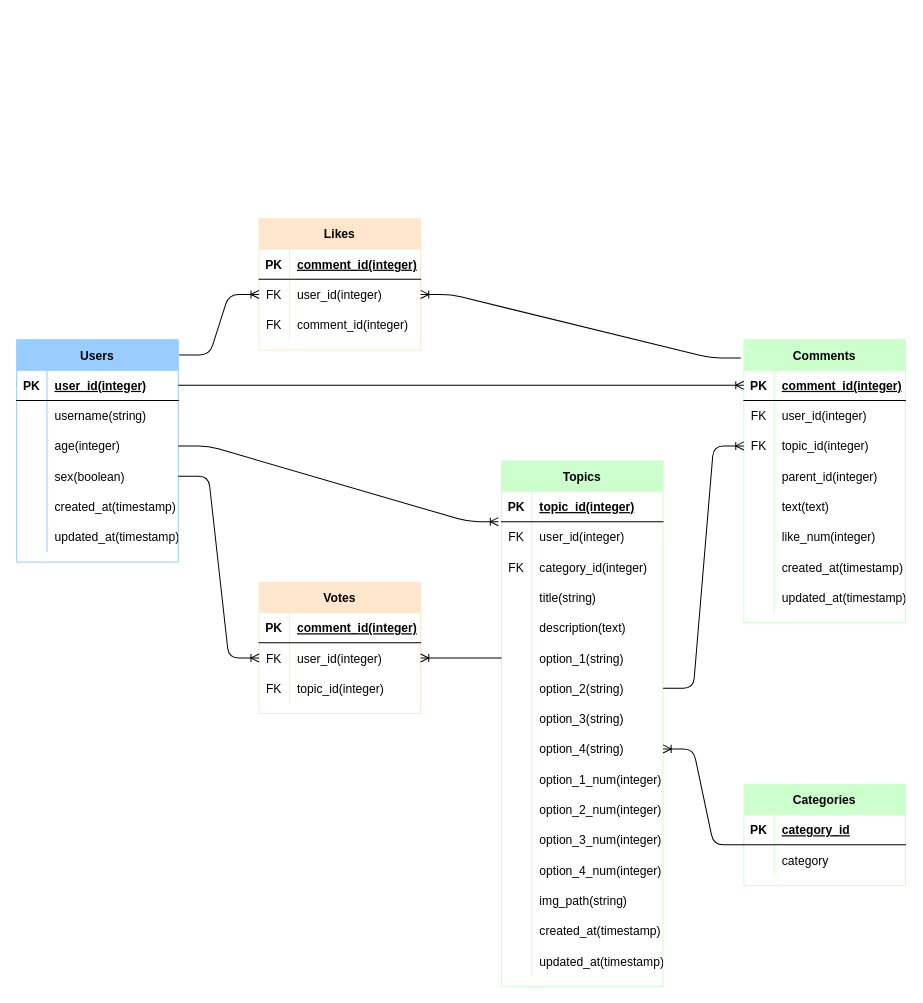
KamiHitoe/democratic-voting keeps this draw.io diagram as design/backend/ERD.drawio. Above is the earlier version. Source tidied: cells renumbered, new cells numbered last; positions are measured from the earlier drawing's top-left corner, leaving out a move shared by most shapes. Both pictures are drawn from the tidied source at 101%, with x=0, y=0 at pixel (16, 218).
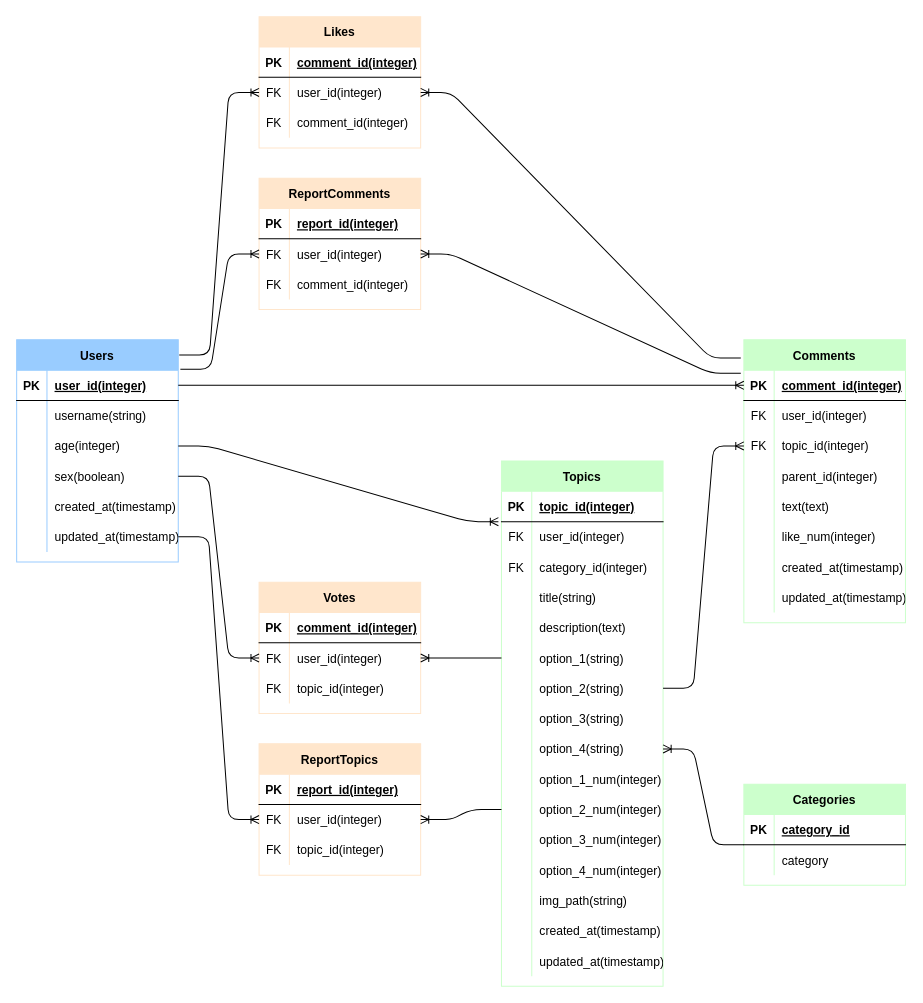
The same page after the edit.

The change refers to these unchanged cells:
```xml
<mxCell id="2" value="Users" style="shape=table;startSize=30;childLayout=tableLayout;rowLines=0;fontStyle=1;align=center;strokeColor=#99CCFF;fillColor=#99CCFF;fontColor=#000000;" parent="1" vertex="1">
  <mxGeometry y="120" width="160" height="220" as="geometry" />
</mxCell>
<mxCell id="18" style="shape=partialRectangle;fillColor=none;top=0;left=0;bottom=0;right=0;points=[[0,0.5],[1,0.5]];portConstraint=eastwest;" parent="2" vertex="1">
  <mxGeometry y="180" width="160" height="30" as="geometry" />
</mxCell>
<mxCell id="52" style="shape=partialRectangle;fillColor=none;top=0;left=0;bottom=0;right=0;points=[[0,0.5],[1,0.5]];portConstraint=eastwest;" parent="21" vertex="1">
  <mxGeometry y="330" width="160" height="30" as="geometry" />
</mxCell>
<mxCell id="70" value="Comments" style="shape=table;startSize=30;childLayout=tableLayout;rowLines=0;fontStyle=1;align=center;strokeColor=#CCFFCC;fillColor=#CCFFCC;fontColor=#000000;" parent="1" vertex="1">
  <mxGeometry x="720" y="120" width="160" height="280" as="geometry" />
</mxCell>
```

The edit, as a diff of the source:
```diff
@@
     <mxCell id="106" value="Likes" style="shape=table;startSize=30;childLayout=tableLayout;rowLines=0;fontStyle=1;align=center;strokeColor=#FFE6CC;fillColor=#FFE6CC;fontColor=#000000;" parent="1" vertex="1">
-      <mxGeometry x="240" width="160" height="130" as="geometry" />
+      <mxGeometry x="240" y="-200" width="160" height="130" as="geometry" />
     </mxCell>
@@
+    <mxCell id="130" value="ReportComments" style="shape=table;startSize=30;childLayout=tableLayout;rowLines=0;fontStyle=1;align=center;strokeColor=#FFE6CC;fillColor=#FFE6CC;fontColor=#000000;" parent="1" vertex="1">
+      <mxGeometry x="240" y="-40" width="160" height="130" as="geometry" />
+    </mxCell>
+    <mxCell id="131" style="shape=partialRectangle;fillColor=none;top=0;left=0;bottom=1;right=0;" parent="130" vertex="1">
+      <mxGeometry y="30" width="160" height="30" as="geometry" />
+    </mxCell>
+    <mxCell id="132" value="PK" style="shape=partialRectangle;fillColor=none;top=0;left=0;bottom=0;right=0;fontStyle=1;overflow=hidden;" parent="131" vertex="1">
+      <mxGeometry width="30" height="30" as="geometry" />
+    </mxCell>
+    <mxCell id="133" value="report_id(integer)" style="shape=partialRectangle;fillColor=none;top=0;left=0;bottom=0;right=0;align=left;spacingLeft=6;fontStyle=5;overflow=hidden;" parent="131" vertex="1">
+      <mxGeometry x="30" width="130" height="30" as="geometry" />
+    </mxCell>
+    <mxCell id="134" style="shape=partialRectangle;fillColor=none;top=0;left=0;bottom=0;right=0;points=[[0,0.5],[1,0.5]];portConstraint=eastwest;" parent="130" vertex="1">
+      <mxGeometry y="60" width="160" height="30" as="geometry" />
+    </mxCell>
+    <mxCell id="135" value="FK" style="shape=partialRectangle;fillColor=none;top=0;left=0;bottom=0;right=0;overflow=hidden;" parent="134" vertex="1">
+      <mxGeometry width="30" height="30" as="geometry" />
+    </mxCell>
+    <mxCell id="136" value="user_id(integer)" style="shape=partialRectangle;fillColor=none;top=0;left=0;bottom=0;right=0;align=left;spacingLeft=6;overflow=hidden;" parent="134" vertex="1">
+      <mxGeometry x="30" width="130" height="30" as="geometry" />
+    </mxCell>
+    <mxCell id="137" style="shape=partialRectangle;fillColor=none;top=0;left=0;bottom=0;right=0;" parent="130" vertex="1">
+      <mxGeometry y="90" width="160" height="30" as="geometry" />
+    </mxCell>
+    <mxCell id="138" value="FK" style="shape=partialRectangle;fillColor=none;top=0;left=0;bottom=0;right=0;overflow=hidden;" parent="137" vertex="1">
+      <mxGeometry width="30" height="30" as="geometry" />
+    </mxCell>
+    <mxCell id="139" value="comment_id(integer)" style="shape=partialRectangle;fillColor=none;top=0;left=0;bottom=0;right=0;align=left;spacingLeft=6;overflow=hidden;" parent="137" vertex="1">
+      <mxGeometry x="30" width="130" height="30" as="geometry" />
+    </mxCell>
+    <mxCell id="140" style="edgeStyle=entityRelationEdgeStyle;fontSize=12;html=1;endArrow=ERoneToMany;exitX=1.013;exitY=0.132;exitDx=0;exitDy=0;entryX=0;entryY=0.5;entryDx=0;entryDy=0;exitPerimeter=0;" parent="1" edge="1" source="2" target="134">
+      <mxGeometry relative="1" as="geometry" />
+    </mxCell>
+    <mxCell id="141" style="edgeStyle=entityRelationEdgeStyle;fontSize=12;html=1;endArrow=ERoneToMany;exitX=-0.019;exitY=0.118;exitDx=0;exitDy=0;entryX=1;entryY=0.5;entryDx=0;entryDy=0;exitPerimeter=0;" parent="1" edge="1" source="70" target="134">
+      <mxGeometry relative="1" as="geometry" />
+    </mxCell>
+    <mxCell id="142" value="ReportTopics" style="shape=table;startSize=30;childLayout=tableLayout;rowLines=0;fontStyle=1;align=center;strokeColor=#FFE6CC;fillColor=#FFE6CC;fontColor=#000000;" parent="1" vertex="1">
+      <mxGeometry x="240" y="520" width="160" height="130" as="geometry" />
+    </mxCell>
+    <mxCell id="143" style="shape=partialRectangle;fillColor=none;top=0;left=0;bottom=1;right=0;" parent="142" vertex="1">
+      <mxGeometry y="30" width="160" height="30" as="geometry" />
+    </mxCell>
+    <mxCell id="144" value="PK" style="shape=partialRectangle;fillColor=none;top=0;left=0;bottom=0;right=0;fontStyle=1;overflow=hidden;" parent="143" vertex="1">
+      <mxGeometry width="30" height="30" as="geometry" />
+    </mxCell>
+    <mxCell id="145" value="report_id(integer)" style="shape=partialRectangle;fillColor=none;top=0;left=0;bottom=0;right=0;align=left;spacingLeft=6;fontStyle=5;overflow=hidden;" parent="143" vertex="1">
+      <mxGeometry x="30" width="130" height="30" as="geometry" />
+    </mxCell>
+    <mxCell id="146" style="shape=partialRectangle;fillColor=none;top=0;left=0;bottom=0;right=0;points=[[0,0.5],[1,0.5]];portConstraint=eastwest;" parent="142" vertex="1">
+      <mxGeometry y="60" width="160" height="30" as="geometry" />
+    </mxCell>
+    <mxCell id="147" value="FK" style="shape=partialRectangle;fillColor=none;top=0;left=0;bottom=0;right=0;overflow=hidden;" parent="146" vertex="1">
+      <mxGeometry width="30" height="30" as="geometry" />
+    </mxCell>
+    <mxCell id="148" value="user_id(integer)" style="shape=partialRectangle;fillColor=none;top=0;left=0;bottom=0;right=0;align=left;spacingLeft=6;overflow=hidden;" parent="146" vertex="1">
+      <mxGeometry x="30" width="130" height="30" as="geometry" />
+    </mxCell>
+    <mxCell id="149" style="shape=partialRectangle;fillColor=none;top=0;left=0;bottom=0;right=0;" parent="142" vertex="1">
+      <mxGeometry y="90" width="160" height="30" as="geometry" />
+    </mxCell>
+    <mxCell id="150" value="FK" style="shape=partialRectangle;fillColor=none;top=0;left=0;bottom=0;right=0;overflow=hidden;" parent="149" vertex="1">
+      <mxGeometry width="30" height="30" as="geometry" />
+    </mxCell>
+    <mxCell id="151" value="topic_id(integer)" style="shape=partialRectangle;fillColor=none;top=0;left=0;bottom=0;right=0;align=left;spacingLeft=6;overflow=hidden;" parent="149" vertex="1">
+      <mxGeometry x="30" width="130" height="30" as="geometry" />
+    </mxCell>
+    <mxCell id="152" style="edgeStyle=entityRelationEdgeStyle;fontSize=12;html=1;endArrow=ERoneToMany;exitX=1;exitY=0.5;exitDx=0;exitDy=0;entryX=0;entryY=0.5;entryDx=0;entryDy=0;" parent="1" edge="1" source="18" target="146">
+      <mxGeometry relative="1" as="geometry" />
+    </mxCell>
+    <mxCell id="153" style="edgeStyle=entityRelationEdgeStyle;fontSize=12;html=1;endArrow=ERoneToMany;exitX=0;exitY=0.5;exitDx=0;exitDy=0;entryX=1;entryY=0.5;entryDx=0;entryDy=0;" parent="1" edge="1" source="52" target="146">
+      <mxGeometry relative="1" as="geometry" />
+    </mxCell>
```
